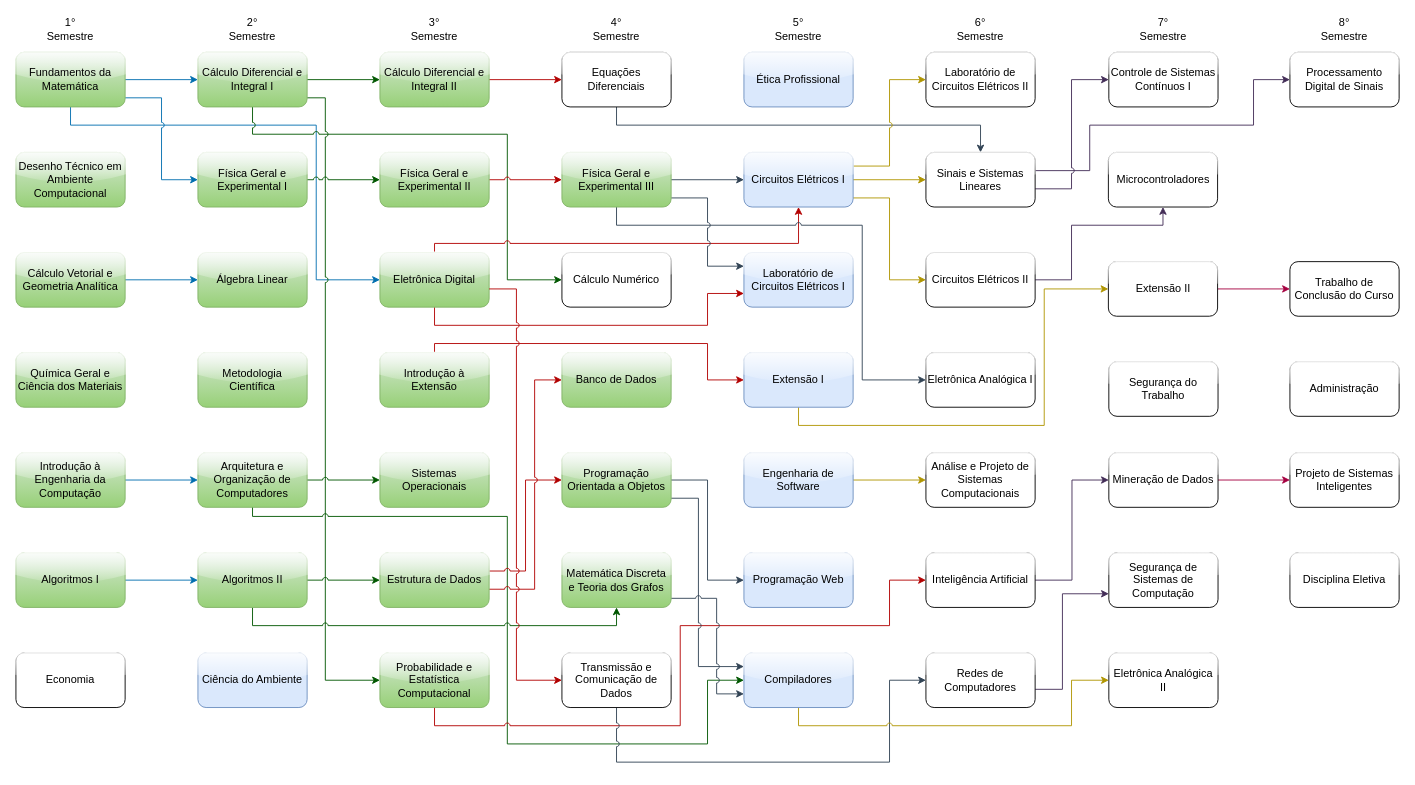
Before: fluxograma-disciplinas.drawio in mateus-s-a/IFMT_Eng_Computacao, a draw.io diagram. Source tidied: cells renumbered, new cells numbered last; positions are measured from the earlier drawing's top-left corner, leaving out a move shared by most shapes. Both pictures are drawn from the tidied source at 91%, with x=0, y=0 at pixel (15, 15).
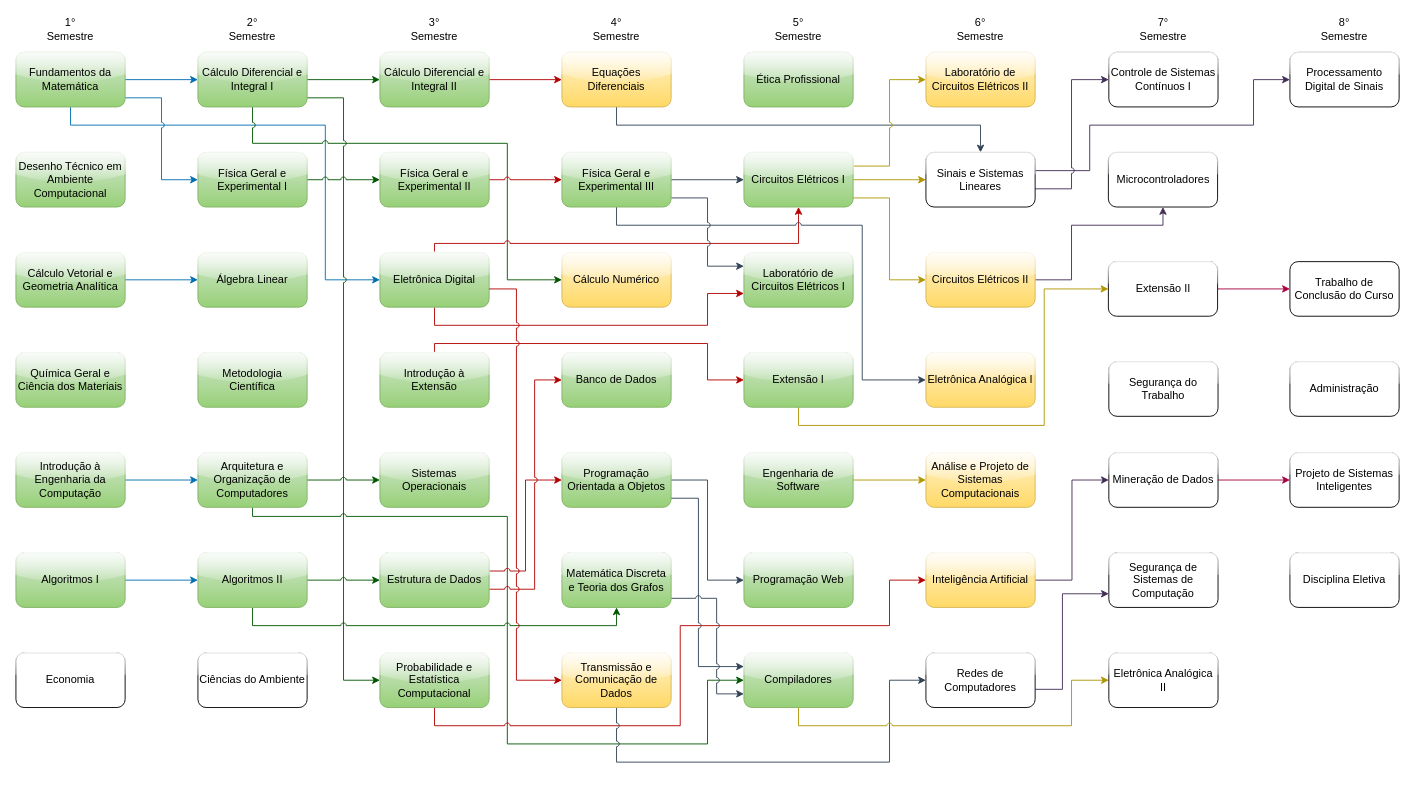
Above is the later version.

The change refers to these unchanged cells:
```xml
<mxCell id="48" value="Fundamentos da Matemática" style="rounded=1;whiteSpace=wrap;html=1;glass=1;shadow=0;fillColor=#d5e8d4;strokeColor=#82b366;gradientColor=#97d077;" parent="46" vertex="1">
  <mxGeometry y="40" width="120" height="60" as="geometry" />
</mxCell>
<mxCell id="55" style="group;" parent="1" vertex="1">
  <mxGeometry x="200" width="120" height="760" as="geometry" />
</mxCell>
<mxCell id="56" value="&lt;div&gt;Cálculo Diferencial e Integral I&lt;/div&gt;" style="rounded=1;whiteSpace=wrap;html=1;glass=1;fillColor=#d5e8d4;strokeColor=#82b366;gradientColor=#97d077;" parent="55" vertex="1">
  <mxGeometry y="40" width="120" height="60" as="geometry" />
</mxCell>
<mxCell id="66" value="Eletrônica Digital" style="rounded=1;whiteSpace=wrap;html=1;glass=1;fillColor=#d5e8d4;strokeColor=#82b366;gradientColor=#97d077;" parent="64" vertex="1">
  <mxGeometry y="260" width="120" height="60" as="geometry" />
</mxCell>
<mxCell id="70" value="Probabilidade e Estatística Computacional" style="rounded=1;whiteSpace=wrap;html=1;glass=1;fillColor=#d5e8d4;strokeColor=#82b366;gradientColor=#97d077;" parent="64" vertex="1">
  <mxGeometry y="700" width="120" height="60" as="geometry" />
</mxCell>
<mxCell id="73" style="group;" parent="1" vertex="1">
  <mxGeometry x="600" width="120" height="760" as="geometry" />
</mxCell>
<mxCell id="82" style="group;" parent="1" vertex="1">
  <mxGeometry x="800" width="120" height="760" as="geometry" />
</mxCell>
<mxCell id="91" style="group;" parent="1" vertex="1">
  <mxGeometry x="1000" width="120" height="760" as="geometry" />
</mxCell>
```

What changed in the source:
```diff
@@
     <mxCell id="3" style="edgeStyle=orthogonalEdgeStyle;rounded=0;jettySize=auto;html=1;entryX=0;entryY=0.5;entryDx=0;entryDy=0;jumpStyle=arc;fillColor=#1ba1e2;strokeColor=#006EAF;" parent="1" edge="1" source="48" target="66">
       <mxGeometry relative="1" as="geometry">
         <Array as="points">
           <mxPoint x="60" y="120" />
-          <mxPoint x="330" y="120" />
-          <mxPoint x="330" y="290" />
+          <mxPoint x="340" y="120" />
+          <mxPoint x="340" y="290" />
         </Array>
       </mxGeometry>
     </mxCell>
@@
     <mxCell id="9" style="edgeStyle=orthogonalEdgeStyle;rounded=0;jettySize=auto;html=1;entryX=0;entryY=0.5;entryDx=0;entryDy=0;fillColor=#008a00;strokeColor=#005700;jumpStyle=arc;" parent="1" edge="1" source="56" target="76">
       <mxGeometry relative="1" as="geometry">
         <Array as="points">
-          <mxPoint x="260" y="130" />
-          <mxPoint x="540" y="130" />
+          <mxPoint x="260" y="140" />
+          <mxPoint x="540" y="140" />
           <mxPoint x="540" y="290" />
         </Array>
       </mxGeometry>
     </mxCell>
     <mxCell id="10" style="edgeStyle=orthogonalEdgeStyle;rounded=0;jettySize=auto;html=1;entryX=0;entryY=0.5;entryDx=0;entryDy=0;fillColor=#008a00;strokeColor=#005700;jumpStyle=arc;" parent="1" edge="1" source="56" target="70">
       <mxGeometry relative="1" as="geometry">
         <Array as="points">
-          <mxPoint x="340" y="90" />
-          <mxPoint x="340" y="730" />
+          <mxPoint x="360" y="90" />
+          <mxPoint x="360" y="730" />
         </Array>
       </mxGeometry>
     </mxCell>
@@
-    <mxCell id="62" value="Ciência do Ambiente" style="rounded=1;whiteSpace=wrap;html=1;glass=1;fillColor=#dae8fc;strokeColor=#6c8ebf;" parent="55" vertex="1">
+    <mxCell id="62" value="&lt;div&gt;Ciências do Ambiente&lt;/div&gt;" style="rounded=1;whiteSpace=wrap;html=1;glass=1;" parent="55" vertex="1">
       <mxGeometry y="700" width="120" height="60" as="geometry" />
     </mxCell>
@@
-    <mxCell id="74" value="Equações Diferenciais" style="rounded=1;whiteSpace=wrap;html=1;glass=1;" parent="73" vertex="1">
+    <mxCell id="74" value="Equações Diferenciais" style="rounded=1;whiteSpace=wrap;html=1;glass=1;fillColor=#fff2cc;gradientColor=#ffd966;strokeColor=#d6b656;" parent="73" vertex="1">
       <mxGeometry y="40" width="120" height="60" as="geometry" />
     </mxCell>
@@
-    <mxCell id="76" value="Cálculo Numérico" style="rounded=1;whiteSpace=wrap;html=1;glass=1;" parent="73" vertex="1">
+    <mxCell id="76" value="Cálculo Numérico" style="rounded=1;whiteSpace=wrap;html=1;glass=1;fillColor=#fff2cc;gradientColor=#ffd966;strokeColor=#d6b656;" parent="73" vertex="1">
       <mxGeometry y="260" width="120" height="60" as="geometry" />
     </mxCell>
@@
-    <mxCell id="80" value="Transmissão e Comunicação de Dados" style="rounded=1;whiteSpace=wrap;html=1;glass=1;" parent="73" vertex="1">
+    <mxCell id="80" value="Transmissão e Comunicação de Dados" style="rounded=1;whiteSpace=wrap;html=1;glass=1;fillColor=#fff2cc;gradientColor=#ffd966;strokeColor=#d6b656;" parent="73" vertex="1">
       <mxGeometry y="700" width="120" height="60" as="geometry" />
     </mxCell>
@@
-    <mxCell id="83" value="Ética Profissional" style="rounded=1;whiteSpace=wrap;html=1;glass=1;fillColor=#dae8fc;strokeColor=#6c8ebf;" parent="82" vertex="1">
+    <mxCell id="83" value="Ética Profissional" style="rounded=1;whiteSpace=wrap;html=1;glass=1;fillColor=#d5e8d4;strokeColor=#82b366;gradientColor=#97d077;" parent="82" vertex="1">
       <mxGeometry y="40" width="120" height="60" as="geometry" />
     </mxCell>
-    <mxCell id="84" value="Circuitos Elétricos I" style="rounded=1;whiteSpace=wrap;html=1;glass=1;fillColor=#dae8fc;strokeColor=#6c8ebf;" parent="82" vertex="1">
+    <mxCell id="84" value="Circuitos Elétricos I" style="rounded=1;whiteSpace=wrap;html=1;glass=1;fillColor=#d5e8d4;strokeColor=#82b366;gradientColor=#97d077;" parent="82" vertex="1">
       <mxGeometry y="150" width="120" height="60" as="geometry" />
     </mxCell>
-    <mxCell id="85" value="Laboratório de Circuitos Elétricos I" style="rounded=1;whiteSpace=wrap;html=1;glass=1;fillColor=#dae8fc;strokeColor=#6c8ebf;" parent="82" vertex="1">
+    <mxCell id="85" value="Laboratório de Circuitos Elétricos I" style="rounded=1;whiteSpace=wrap;html=1;glass=1;fillColor=#d5e8d4;strokeColor=#82b366;gradientColor=#97d077;" parent="82" vertex="1">
       <mxGeometry y="260" width="120" height="60" as="geometry" />
     </mxCell>
-    <mxCell id="86" value="Extensão I" style="rounded=1;whiteSpace=wrap;html=1;glass=1;fillColor=#dae8fc;strokeColor=#6c8ebf;" parent="82" vertex="1">
+    <mxCell id="86" value="Extensão I" style="rounded=1;whiteSpace=wrap;html=1;glass=1;fillColor=#d5e8d4;strokeColor=#82b366;gradientColor=#97d077;" parent="82" vertex="1">
       <mxGeometry y="370" width="120" height="60" as="geometry" />
     </mxCell>
-    <mxCell id="87" value="Engenharia de Software" style="rounded=1;whiteSpace=wrap;html=1;glass=1;fillColor=#dae8fc;strokeColor=#6c8ebf;" parent="82" vertex="1">
+    <mxCell id="87" value="Engenharia de Software" style="rounded=1;whiteSpace=wrap;html=1;glass=1;fillColor=#d5e8d4;strokeColor=#82b366;gradientColor=#97d077;" parent="82" vertex="1">
       <mxGeometry y="480" width="120" height="60" as="geometry" />
     </mxCell>
-    <mxCell id="88" value="Programação Web" style="rounded=1;whiteSpace=wrap;html=1;glass=1;fillColor=#dae8fc;strokeColor=#6c8ebf;" parent="82" vertex="1">
+    <mxCell id="88" value="Programação Web" style="rounded=1;whiteSpace=wrap;html=1;glass=1;fillColor=#d5e8d4;strokeColor=#82b366;gradientColor=#97d077;" parent="82" vertex="1">
       <mxGeometry y="590" width="120" height="60" as="geometry" />
     </mxCell>
-    <mxCell id="89" value="Compiladores" style="rounded=1;whiteSpace=wrap;html=1;glass=1;fillColor=#dae8fc;strokeColor=#6c8ebf;" parent="82" vertex="1">
+    <mxCell id="89" value="Compiladores" style="rounded=1;whiteSpace=wrap;html=1;glass=1;fillColor=#d5e8d4;strokeColor=#82b366;gradientColor=#97d077;" parent="82" vertex="1">
       <mxGeometry y="700" width="120" height="60" as="geometry" />
     </mxCell>
@@
-    <mxCell id="92" value="Laboratório de Circuitos Elétricos II" style="rounded=1;whiteSpace=wrap;html=1;glass=1;" parent="91" vertex="1">
+    <mxCell id="92" value="Laboratório de Circuitos Elétricos II" style="rounded=1;whiteSpace=wrap;html=1;glass=1;fillColor=#fff2cc;gradientColor=#ffd966;strokeColor=#d6b656;" parent="91" vertex="1">
       <mxGeometry y="40" width="120" height="60" as="geometry" />
     </mxCell>
@@
-    <mxCell id="94" value="Circuitos Elétricos II" style="rounded=1;whiteSpace=wrap;html=1;glass=1;" parent="91" vertex="1">
+    <mxCell id="94" value="Circuitos Elétricos II" style="rounded=1;whiteSpace=wrap;html=1;glass=1;fillColor=#fff2cc;gradientColor=#ffd966;strokeColor=#d6b656;" parent="91" vertex="1">
       <mxGeometry y="260" width="120" height="60" as="geometry" />
     </mxCell>
-    <mxCell id="95" value="Eletrônica Analógica I" style="rounded=1;whiteSpace=wrap;html=1;glass=1;" parent="91" vertex="1">
+    <mxCell id="95" value="Eletrônica Analógica I" style="rounded=1;whiteSpace=wrap;html=1;glass=1;fillColor=#fff2cc;gradientColor=#ffd966;strokeColor=#d6b656;" parent="91" vertex="1">
       <mxGeometry y="370" width="120" height="60" as="geometry" />
     </mxCell>
-    <mxCell id="96" value="Análise e Projeto de Sistemas Computacionais" style="rounded=1;whiteSpace=wrap;html=1;glass=1;" parent="91" vertex="1">
+    <mxCell id="96" value="Análise e Projeto de Sistemas Computacionais" style="rounded=1;whiteSpace=wrap;html=1;glass=1;fillColor=#fff2cc;gradientColor=#ffd966;strokeColor=#d6b656;" parent="91" vertex="1">
       <mxGeometry y="480" width="120" height="60" as="geometry" />
     </mxCell>
-    <mxCell id="97" value="Inteligência Artificial" style="rounded=1;whiteSpace=wrap;html=1;glass=1;" parent="91" vertex="1">
+    <mxCell id="97" value="Inteligência Artificial" style="rounded=1;whiteSpace=wrap;html=1;glass=1;fillColor=#fff2cc;gradientColor=#ffd966;strokeColor=#d6b656;" parent="91" vertex="1">
       <mxGeometry y="590" width="120" height="60" as="geometry" />
     </mxCell>
```
